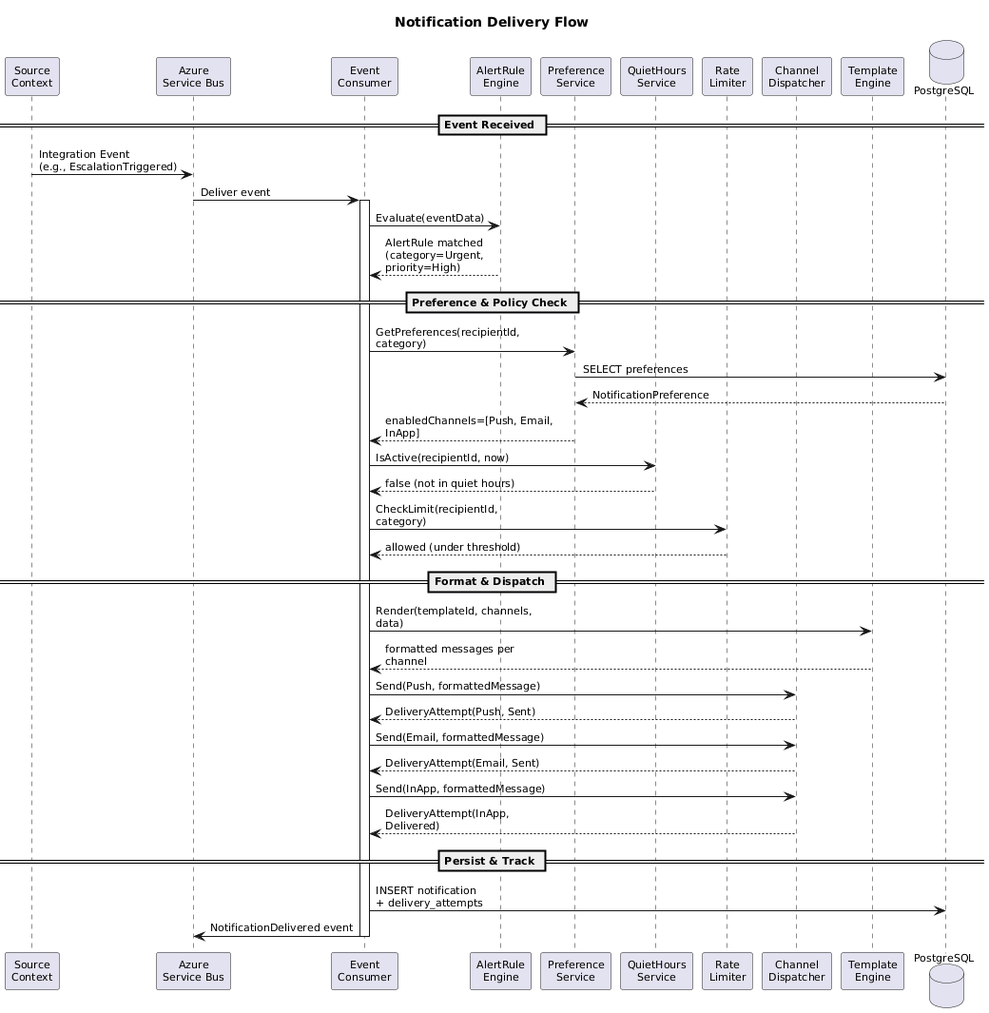
This is docs/detailed-design/09-notifications-and-alerts/seq-notification-delivery.png from QuinntyneBrown/ClearEyeQ, a PlantUML export, as it was before one commit. Its diagram source:
```plantuml
@startuml
skinparam defaultFontSize 11
skinparam sequenceArrowThickness 1
skinparam maxMessageSize 180

title Notification Delivery Flow

participant "Source\nContext" as source
participant "Azure\nService Bus" as bus
participant "Event\nConsumer" as consumer
participant "AlertRule\nEngine" as rules
participant "Preference\nService" as prefs
participant "QuietHours\nService" as quiet
participant "Rate\nLimiter" as rate
participant "Channel\nDispatcher" as dispatch
participant "Template\nEngine" as template
database "PostgreSQL" as db

== Event Received ==

source -> bus : Integration Event\n(e.g., EscalationTriggered)
bus -> consumer : Deliver event
activate consumer

consumer -> rules : Evaluate(eventData)
rules --> consumer : AlertRule matched\n(category=Urgent, priority=High)

== Preference & Policy Check ==

consumer -> prefs : GetPreferences(recipientId, category)
prefs -> db : SELECT preferences
db --> prefs : NotificationPreference
prefs --> consumer : enabledChannels=[Push, Email, InApp]

consumer -> quiet : IsActive(recipientId, now)
quiet --> consumer : false (not in quiet hours)

consumer -> rate : CheckLimit(recipientId, category)
rate --> consumer : allowed (under threshold)

== Format & Dispatch ==

consumer -> template : Render(templateId, channels, data)
template --> consumer : formatted messages per channel

consumer -> dispatch : Send(Push, formattedMessage)
dispatch --> consumer : DeliveryAttempt(Push, Sent)

consumer -> dispatch : Send(Email, formattedMessage)
dispatch --> consumer : DeliveryAttempt(Email, Sent)

consumer -> dispatch : Send(InApp, formattedMessage)
dispatch --> consumer : DeliveryAttempt(InApp, Delivered)

== Persist & Track ==

consumer -> db : INSERT notification\n+ delivery_attempts
consumer -> bus : NotificationDelivered event
deactivate consumer
@enduml
```
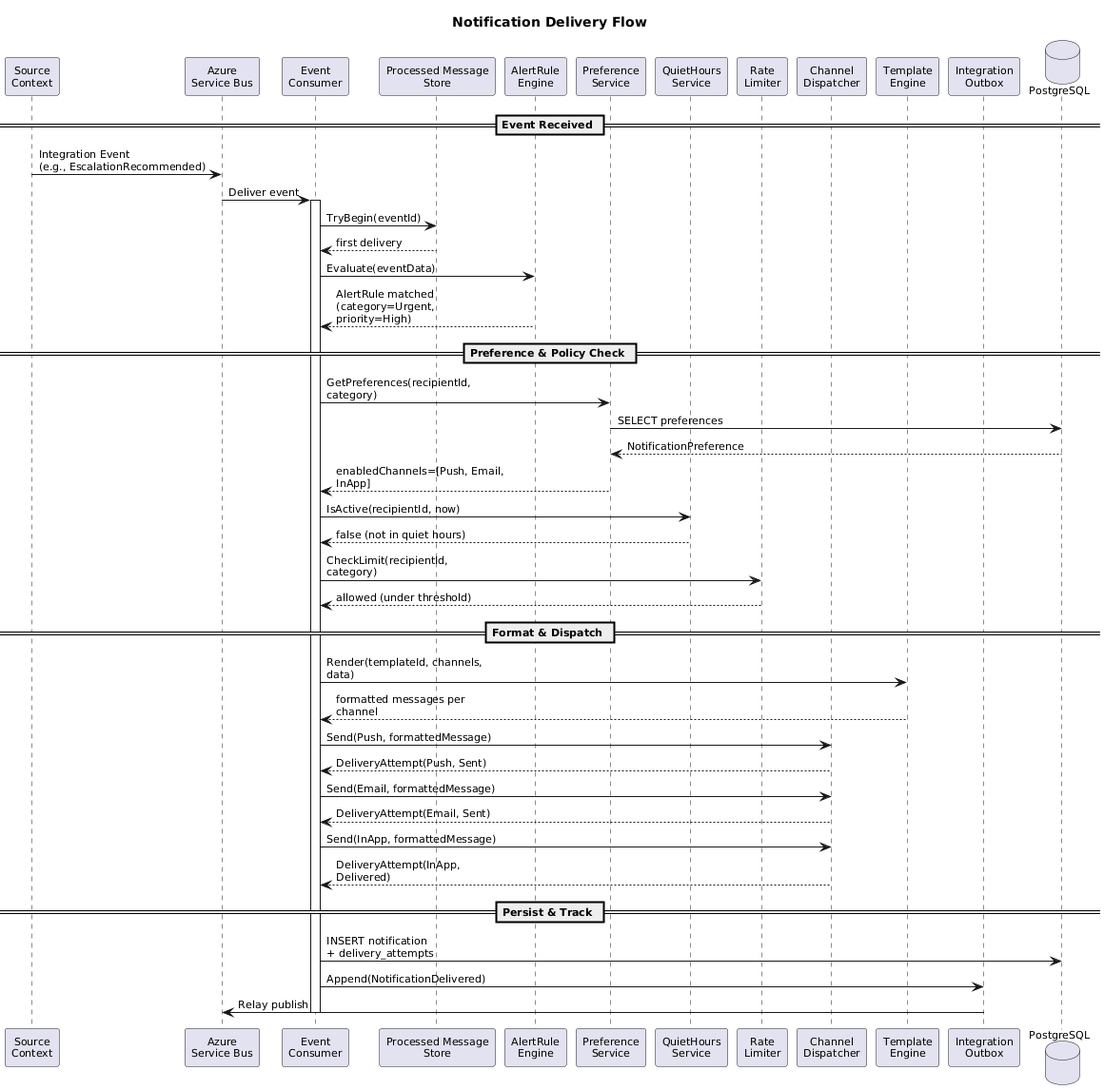
The same file after the commit.

What changed in the source:
```diff
@@ -8,19 +8,24 @@
 participant "Source\nContext" as source
 participant "Azure\nService Bus" as bus
 participant "Event\nConsumer" as consumer
+participant "Processed Message\nStore" as inbox
 participant "AlertRule\nEngine" as rules
 participant "Preference\nService" as prefs
 participant "QuietHours\nService" as quiet
 participant "Rate\nLimiter" as rate
 participant "Channel\nDispatcher" as dispatch
 participant "Template\nEngine" as template
+participant "Integration\nOutbox" as outbox
 database "PostgreSQL" as db
 
 == Event Received ==
 
-source -> bus : Integration Event\n(e.g., EscalationTriggered)
+source -> bus : Integration Event\n(e.g., EscalationRecommended)
 bus -> consumer : Deliver event
 activate consumer
+
+consumer -> inbox : TryBegin(eventId)
+inbox --> consumer : first delivery
 
 consumer -> rules : Evaluate(eventData)
 rules --> consumer : AlertRule matched\n(category=Urgent, priority=High)
@@ -55,6 +60,7 @@
 == Persist & Track ==
 
 consumer -> db : INSERT notification\n+ delivery_attempts
-consumer -> bus : NotificationDelivered event
+consumer -> outbox : Append(NotificationDelivered)
+outbox -> bus : Relay publish
 deactivate consumer
 @enduml
```
